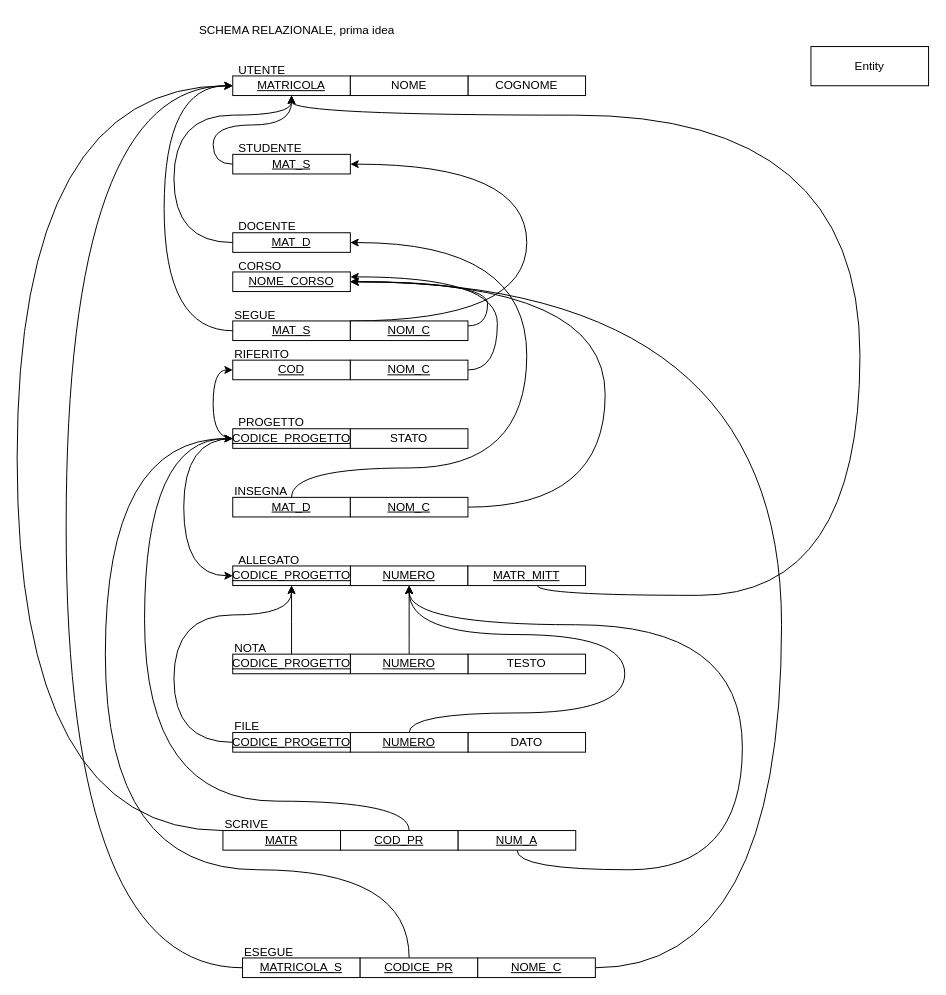
Above: page "Page-4" (4 of 4) of prisa_eer.drawio in Cippo95/prisa (draw.io), before the change. Source tidied: cells renumbered, new cells numbered last; positions are measured from the earlier drawing's top-left corner, leaving out a move shared by most shapes. Both pictures are drawn from the tidied source at 98%, with x=0, y=0 at pixel (17, 17).
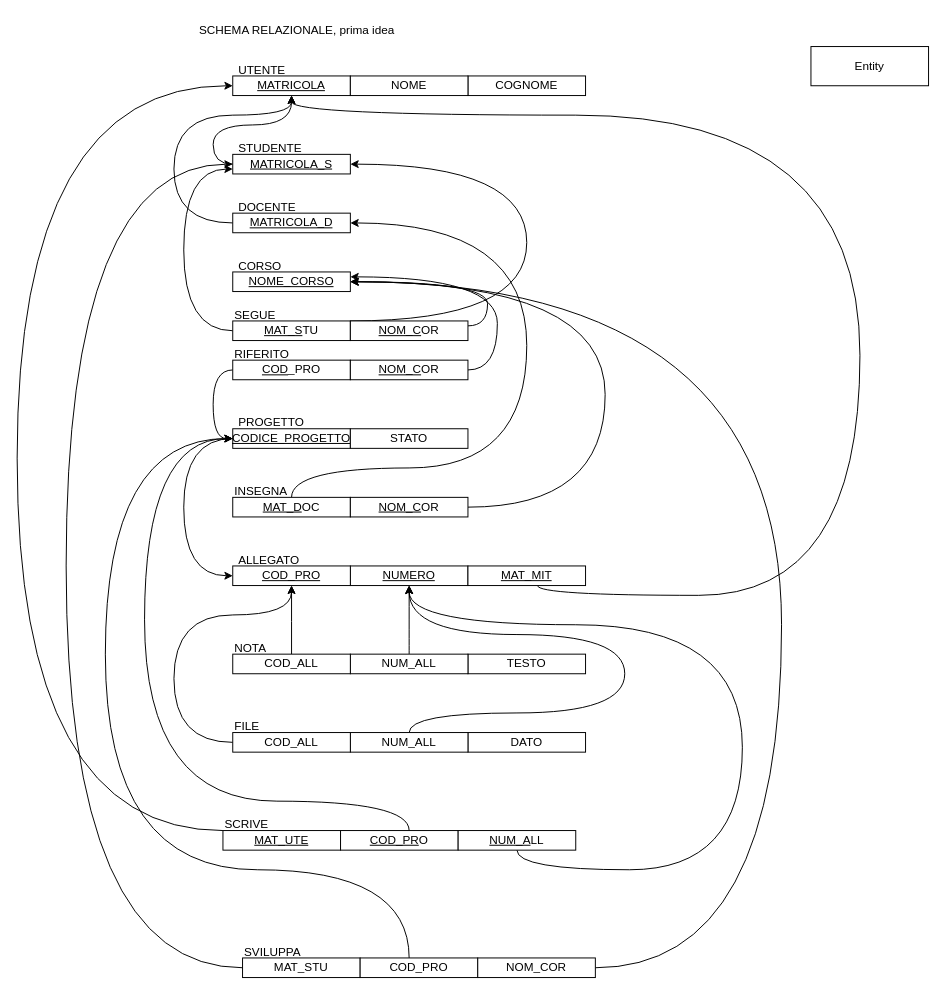
The same diagram, later.

The change refers to these unchanged cells:
```xml
<mxCell id="4" value="&lt;u&gt;MATRICOLA&lt;/u&gt;" style="whiteSpace=wrap;html=1;align=center;" parent="1" vertex="1">
  <mxGeometry x="220" y="60" width="120" height="20" as="geometry" />
</mxCell>
<mxCell id="7" value="&lt;u&gt;CODICE_PROGETTO&lt;/u&gt;" style="whiteSpace=wrap;html=1;align=center;" parent="1" vertex="1">
  <mxGeometry x="220" y="420" width="120" height="20" as="geometry" />
</mxCell>
```

The edit, as a diff of the source:
```diff
@@
-    <mxCell id="2" style="edgeStyle=orthogonalEdgeStyle;rounded=0;jettySize=auto;html=1;entryX=0;entryY=0.5;entryDx=0;entryDy=0;curved=1;endArrow=none;endFill=0;startArrow=classic;startFill=1;" parent="1" edge="1" source="4" target="17">
-      <mxGeometry relative="1" as="geometry">
-        <Array as="points">
-          <mxPoint x="150" y="70" />
-          <mxPoint x="150" y="320" />
-        </Array>
-      </mxGeometry>
-    </mxCell>
@@
-    <mxCell id="15" value="&lt;u&gt;CODICE_PROGETTO&lt;/u&gt;" style="whiteSpace=wrap;html=1;align=center;" parent="1" vertex="1">
+    <mxCell id="15" value="&lt;u&gt;COD_PRO&lt;/u&gt;" style="whiteSpace=wrap;html=1;align=center;" parent="1" vertex="1">
       <mxGeometry x="220" y="560" width="120" height="20" as="geometry" />
     </mxCell>
@@
+    <mxCell id="68" style="edgeStyle=orthogonalEdgeStyle;curved=1;rounded=0;jettySize=auto;html=1;entryX=0;entryY=0.75;entryDx=0;entryDy=0;" parent="1" edge="1" source="17" target="63">
+      <mxGeometry relative="1" as="geometry">
+        <Array as="points">
+          <mxPoint x="170" y="320" />
+          <mxPoint x="170" y="155" />
+        </Array>
+      </mxGeometry>
+    </mxCell>
-    <mxCell id="17" value="&lt;u&gt;MAT_S&lt;/u&gt;" style="whiteSpace=wrap;html=1;align=center;" parent="1" vertex="1">
+    <mxCell id="17" value="&lt;u&gt;MAT_S&lt;/u&gt;TU" style="whiteSpace=wrap;html=1;align=center;" parent="1" vertex="1">
       <mxGeometry x="220" y="310" width="120" height="20" as="geometry" />
     </mxCell>
     <mxCell id="18" style="edgeStyle=orthogonalEdgeStyle;curved=1;rounded=0;jettySize=auto;html=1;entryX=1;entryY=0.5;entryDx=0;entryDy=0;endSize=6;" parent="1" edge="1" source="19" target="66">
       <mxGeometry relative="1" as="geometry">
         <Array as="points">
           <mxPoint x="280" y="460" />
           <mxPoint x="520" y="460" />
-          <mxPoint x="520" y="230" />
+          <mxPoint x="520" y="210" />
         </Array>
       </mxGeometry>
     </mxCell>
-    <mxCell id="19" value="&lt;u&gt;MAT_D&lt;/u&gt;" style="whiteSpace=wrap;html=1;align=center;" parent="1" vertex="1">
+    <mxCell id="19" value="&lt;u&gt;MAT_D&lt;/u&gt;OC" style="whiteSpace=wrap;html=1;align=center;" parent="1" vertex="1">
       <mxGeometry x="220" y="490" width="120" height="20" as="geometry" />
     </mxCell>
-    <mxCell id="20" style="edgeStyle=orthogonalEdgeStyle;curved=1;rounded=0;jettySize=auto;html=1;exitX=0;exitY=0.5;exitDx=0;exitDy=0;entryX=0;entryY=0.5;entryDx=0;entryDy=0;startArrow=classic;startFill=1;endArrow=none;endFill=0;" parent="1" edge="1" source="21" target="7">
+    <mxCell id="20" style="edgeStyle=orthogonalEdgeStyle;curved=1;rounded=0;jettySize=auto;html=1;exitX=0;exitY=0.5;exitDx=0;exitDy=0;entryX=0;entryY=0.5;entryDx=0;entryDy=0;startArrow=none;startFill=0;endArrow=classic;endFill=1;" parent="1" edge="1" source="21" target="7">
       <mxGeometry relative="1" as="geometry" />
     </mxCell>
-    <mxCell id="21" value="&lt;u&gt;COD&lt;/u&gt;" style="whiteSpace=wrap;html=1;align=center;" parent="1" vertex="1">
+    <mxCell id="21" value="&lt;u&gt;COD&lt;/u&gt;_PRO" style="whiteSpace=wrap;html=1;align=center;" parent="1" vertex="1">
       <mxGeometry x="220" y="350" width="120" height="20" as="geometry" />
     </mxCell>
@@
-    <mxCell id="23" value="&lt;u&gt;MATR_MITT&lt;/u&gt;" style="whiteSpace=wrap;html=1;align=center;" parent="1" vertex="1">
+    <mxCell id="23" value="&lt;u&gt;MAT_MIT&lt;/u&gt;" style="whiteSpace=wrap;html=1;align=center;" parent="1" vertex="1">
       <mxGeometry x="460" y="560" width="120" height="20" as="geometry" />
     </mxCell>
@@
-    <mxCell id="30" style="edgeStyle=orthogonalEdgeStyle;curved=1;rounded=0;jettySize=auto;html=1;entryX=0;entryY=0.5;entryDx=0;entryDy=0;" parent="1" edge="1" source="31" target="4">
-      <mxGeometry relative="1" as="geometry">
-        <Array as="points">
-          <mxPoint x="50" y="970" />
-          <mxPoint x="50" y="70" />
-        </Array>
-      </mxGeometry>
-    </mxCell>
+    <mxCell id="69" style="edgeStyle=orthogonalEdgeStyle;rounded=0;jettySize=auto;html=1;entryX=0;entryY=0.5;entryDx=0;entryDy=0;curved=1;" parent="1" edge="1" source="31" target="63">
+      <mxGeometry relative="1" as="geometry">
+        <Array as="points">
+          <mxPoint x="50" y="970" />
+          <mxPoint x="50" y="150" />
+        </Array>
+      </mxGeometry>
+    </mxCell>
-    <mxCell id="31" value="&lt;u&gt;MATRICOLA_S&lt;/u&gt;" style="whiteSpace=wrap;html=1;align=center;" parent="1" vertex="1">
+    <mxCell id="31" value="MAT_STU" style="whiteSpace=wrap;html=1;align=center;" parent="1" vertex="1">
       <mxGeometry x="230" y="960" width="120" height="20" as="geometry" />
     </mxCell>
-    <mxCell id="32" value="ESEGUE" style="text;whiteSpace=wrap;html=1;" parent="1" vertex="1">
+    <mxCell id="32" value="SVILUPPA" style="text;whiteSpace=wrap;html=1;" parent="1" vertex="1">
       <mxGeometry x="230" y="940" width="60" height="20" as="geometry" />
     </mxCell>
@@
-    <mxCell id="34" value="&lt;u&gt;MATR&lt;/u&gt;" style="whiteSpace=wrap;html=1;align=center;" parent="1" vertex="1">
+    <mxCell id="34" value="&lt;u&gt;MAT_UTE&lt;/u&gt;" style="whiteSpace=wrap;html=1;align=center;" parent="1" vertex="1">
       <mxGeometry x="210" y="830" width="120" height="20" as="geometry" />
     </mxCell>
@@
-    <mxCell id="37" value="&lt;u&gt;NOM_C&lt;/u&gt;" style="whiteSpace=wrap;html=1;align=center;" parent="1" vertex="1">
+    <mxCell id="37" value="&lt;u&gt;NOM_C&lt;/u&gt;OR" style="whiteSpace=wrap;html=1;align=center;" parent="1" vertex="1">
       <mxGeometry x="340" y="310" width="120" height="20" as="geometry" />
     </mxCell>
@@
-    <mxCell id="39" value="&lt;u&gt;NOM_C&lt;/u&gt;" style="whiteSpace=wrap;html=1;align=center;" parent="1" vertex="1">
+    <mxCell id="39" value="&lt;u&gt;NOM_C&lt;/u&gt;OR" style="whiteSpace=wrap;html=1;align=center;" parent="1" vertex="1">
       <mxGeometry x="340" y="350" width="120" height="20" as="geometry" />
     </mxCell>
@@
-    <mxCell id="41" value="&lt;u&gt;NOM_C&lt;/u&gt;" style="whiteSpace=wrap;html=1;align=center;" parent="1" vertex="1">
+    <mxCell id="41" value="&lt;div&gt;&lt;u&gt;NOM_C&lt;/u&gt;OR&lt;/div&gt;" style="whiteSpace=wrap;html=1;align=center;" parent="1" vertex="1">
       <mxGeometry x="340" y="490" width="120" height="20" as="geometry" />
     </mxCell>
@@
-    <mxCell id="43" value="&lt;u&gt;CODICE_PR&lt;/u&gt;" style="whiteSpace=wrap;html=1;align=center;" parent="1" vertex="1">
+    <mxCell id="43" value="COD_PRO" style="whiteSpace=wrap;html=1;align=center;" parent="1" vertex="1">
       <mxGeometry x="350" y="960" width="120" height="20" as="geometry" />
     </mxCell>
@@
-    <mxCell id="45" value="&lt;u&gt;NOME_C&lt;/u&gt;" style="whiteSpace=wrap;html=1;align=center;" parent="1" vertex="1">
+    <mxCell id="45" value="NOM_COR" style="whiteSpace=wrap;html=1;align=center;" parent="1" vertex="1">
       <mxGeometry x="470" y="960" width="120" height="20" as="geometry" />
     </mxCell>
@@
-    <mxCell id="47" value="&lt;u&gt;COD_PR&lt;/u&gt;" style="whiteSpace=wrap;html=1;align=center;" parent="1" vertex="1">
+    <mxCell id="47" value="&lt;u&gt;COD_PR&lt;/u&gt;O" style="whiteSpace=wrap;html=1;align=center;" parent="1" vertex="1">
       <mxGeometry x="330" y="830" width="120" height="20" as="geometry" />
     </mxCell>
@@
-    <mxCell id="49" value="&lt;u&gt;NUM_A&lt;/u&gt;" style="whiteSpace=wrap;html=1;align=center;" parent="1" vertex="1">
+    <mxCell id="49" value="&lt;u&gt;NUM_A&lt;/u&gt;LL" style="whiteSpace=wrap;html=1;align=center;" parent="1" vertex="1">
       <mxGeometry x="450" y="830" width="120" height="20" as="geometry" />
     </mxCell>
@@
-    <mxCell id="55" value="&lt;u&gt;NUMERO&lt;/u&gt;" style="whiteSpace=wrap;html=1;align=center;" parent="1" vertex="1">
+    <mxCell id="55" value="NUM_ALL" style="whiteSpace=wrap;html=1;align=center;" parent="1" vertex="1">
       <mxGeometry x="340" y="650" width="120" height="20" as="geometry" />
     </mxCell>
@@
-    <mxCell id="57" value="&lt;u&gt;CODICE_PROGETTO&lt;/u&gt;" style="whiteSpace=wrap;html=1;align=center;" parent="1" vertex="1">
+    <mxCell id="57" value="COD_ALL" style="whiteSpace=wrap;html=1;align=center;" parent="1" vertex="1">
       <mxGeometry x="220" y="650" width="120" height="20" as="geometry" />
     </mxCell>
@@
-    <mxCell id="59" value="&lt;u&gt;NUMERO&lt;/u&gt;" style="whiteSpace=wrap;html=1;align=center;" parent="1" vertex="1">
+    <mxCell id="59" value="NUM_ALL" style="whiteSpace=wrap;html=1;align=center;" parent="1" vertex="1">
       <mxGeometry x="340" y="730" width="120" height="20" as="geometry" />
     </mxCell>
@@
-    <mxCell id="61" value="&lt;u&gt;CODICE_PROGETTO&lt;/u&gt;" style="whiteSpace=wrap;html=1;align=center;" parent="1" vertex="1">
+    <mxCell id="61" value="COD_ALL" style="whiteSpace=wrap;html=1;align=center;" parent="1" vertex="1">
       <mxGeometry x="220" y="730" width="120" height="20" as="geometry" />
     </mxCell>
@@
-    <mxCell id="63" value="&lt;u&gt;MAT_S&lt;/u&gt;" style="whiteSpace=wrap;html=1;align=center;" parent="1" vertex="1">
+    <mxCell id="63" value="&lt;u&gt;MATRICOLA_S&lt;/u&gt;" style="whiteSpace=wrap;html=1;align=center;" parent="1" vertex="1">
       <mxGeometry x="220" y="140" width="120" height="20" as="geometry" />
     </mxCell>
@@
     <mxCell id="65" style="edgeStyle=orthogonalEdgeStyle;curved=1;rounded=0;jettySize=auto;html=1;entryX=0.5;entryY=1;entryDx=0;entryDy=0;endSize=6;exitX=0;exitY=0.5;exitDx=0;exitDy=0;" parent="1" edge="1" source="66" target="4">
       <mxGeometry relative="1" as="geometry">
         <Array as="points">
-          <mxPoint x="160" y="230" />
+          <mxPoint x="160" y="210" />
           <mxPoint x="160" y="100" />
           <mxPoint x="280" y="100" />
         </Array>
       </mxGeometry>
     </mxCell>
-    <mxCell id="66" value="&lt;u&gt;MAT_D&lt;/u&gt;" style="whiteSpace=wrap;html=1;align=center;" parent="1" vertex="1">
-      <mxGeometry x="220" y="220" width="120" height="20" as="geometry" />
+    <mxCell id="66" value="&lt;u&gt;MATRICOLA_D&lt;/u&gt;" style="whiteSpace=wrap;html=1;align=center;" parent="1" vertex="1">
+      <mxGeometry x="220" y="200" width="120" height="20" as="geometry" />
     </mxCell>
     <mxCell id="67" value="DOCENTE" style="text;strokeColor=none;fillColor=none;spacingLeft=4;spacingRight=4;overflow=hidden;fontSize=12;" parent="1" vertex="1">
-      <mxGeometry x="220" y="200" width="80" height="20" as="geometry" />
+      <mxGeometry x="220" y="180" width="80" height="20" as="geometry" />
     </mxCell>
```
